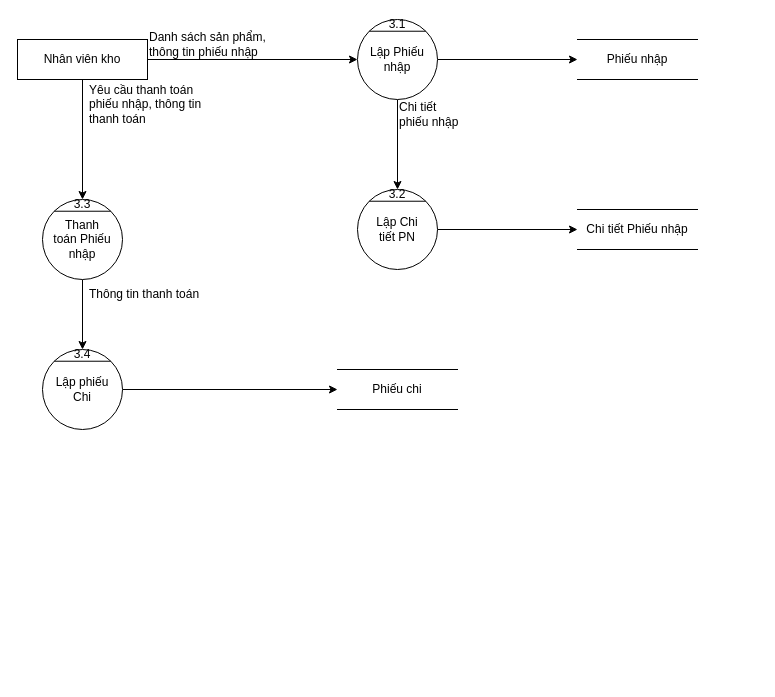
Earlier version of the draw.io diagram page "(3.0) DFD lvl2" (2 of 2) of Huy/LuocDoCSDL+DFD(3.0 lvl2).drawio (hungtadasuke/Enterprise-Information-System-Project). Source tidied: cells renumbered, new cells numbered last; positions are measured from the earlier drawing's top-left corner, leaving out a move shared by most shapes. Both pictures are drawn from the tidied source at 100%, with x=0, y=0 at pixel (17, 19).
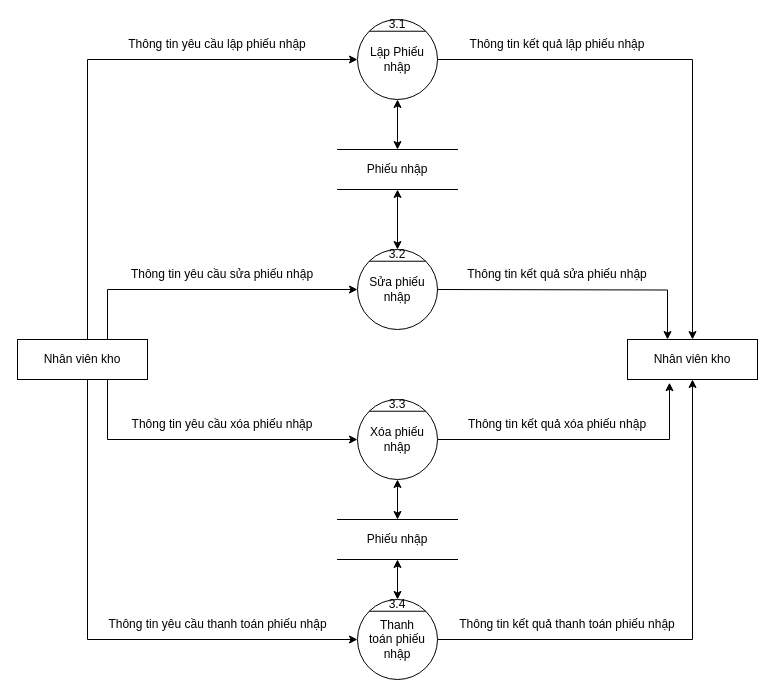
After the change.

Unchanged cells that the change refers to:
```xml
<mxCell id="4" style="ellipse;whiteSpace=wrap;html=1;" parent="1" vertex="1">
  <mxGeometry x="340" width="80" height="80" as="geometry" />
</mxCell>
```

What changed in the source:
```diff
@@
-    <mxCell id="2" style="edgeStyle=orthogonalEdgeStyle;rounded=0;jettySize=auto;html=1;exitX=1;exitY=0.5;exitDx=0;exitDy=0;entryX=0;entryY=0.5;entryDx=0;entryDy=0;fontSize=20;" parent="1" edge="1" source="4" target="11">
-      <mxGeometry relative="1" as="geometry" />
-    </mxCell>
-    <mxCell id="3" style="edgeStyle=orthogonalEdgeStyle;rounded=0;jettySize=auto;html=1;entryX=0.5;entryY=0;entryDx=0;entryDy=0;fontSize=20;" parent="1" edge="1" source="4" target="16">
-      <mxGeometry relative="1" as="geometry" />
-    </mxCell>
+    <mxCell id="33" style="edgeStyle=orthogonalEdgeStyle;rounded=0;jettySize=auto;html=1;" parent="1" edge="1" source="4" target="54">
+      <mxGeometry relative="1" as="geometry" />
+    </mxCell>
@@
-    <mxCell id="8" style="edgeStyle=orthogonalEdgeStyle;rounded=0;jettySize=auto;html=1;entryX=0;entryY=0.5;entryDx=0;entryDy=0;fontSize=20;" parent="1" edge="1" source="10" target="4">
-      <mxGeometry relative="1" as="geometry" />
+    <mxCell id="8" style="edgeStyle=orthogonalEdgeStyle;rounded=0;jettySize=auto;html=1;entryX=0;entryY=0.5;entryDx=0;entryDy=0;" parent="1" edge="1" source="10" target="4">
+      <mxGeometry relative="1" as="geometry">
+        <Array as="points">
+          <mxPoint x="70" y="40" />
+        </Array>
+      </mxGeometry>
     </mxCell>
-    <mxCell id="9" style="edgeStyle=orthogonalEdgeStyle;rounded=0;jettySize=auto;html=1;entryX=0.5;entryY=0;entryDx=0;entryDy=0;fontSize=20;" parent="1" edge="1" source="10" target="24">
-      <mxGeometry relative="1" as="geometry" />
-    </mxCell>
+    <mxCell id="34" style="edgeStyle=orthogonalEdgeStyle;rounded=0;jettySize=auto;html=1;entryX=0;entryY=0.5;entryDx=0;entryDy=0;" parent="1" edge="1" source="10" target="37">
+      <mxGeometry relative="1" as="geometry">
+        <Array as="points">
+          <mxPoint x="90" y="270" />
+        </Array>
+      </mxGeometry>
+    </mxCell>
+    <mxCell id="35" style="edgeStyle=orthogonalEdgeStyle;rounded=0;jettySize=auto;html=1;entryX=0;entryY=0.5;entryDx=0;entryDy=0;" parent="1" edge="1" source="10" target="46">
+      <mxGeometry relative="1" as="geometry">
+        <Array as="points">
+          <mxPoint x="70" y="620" />
+        </Array>
+      </mxGeometry>
+    </mxCell>
+    <mxCell id="36" style="edgeStyle=orthogonalEdgeStyle;rounded=0;jettySize=auto;html=1;entryX=0;entryY=0.5;entryDx=0;entryDy=0;" parent="1" edge="1" source="10" target="42">
+      <mxGeometry relative="1" as="geometry">
+        <Array as="points">
+          <mxPoint x="90" y="420" />
+        </Array>
+      </mxGeometry>
+    </mxCell>
     <mxCell id="10" value="Nhân viên kho" style="rounded=0;whiteSpace=wrap;html=1;" parent="1" vertex="1">
-      <mxGeometry y="20" width="130" height="40" as="geometry" />
+      <mxGeometry y="320" width="130" height="40" as="geometry" />
     </mxCell>
     <mxCell id="11" value="Phiếu nhập" style="shape=partialRectangle;whiteSpace=wrap;html=1;left=0;right=0;fillColor=none;" parent="1" vertex="1">
-      <mxGeometry x="560" y="20" width="120" height="40" as="geometry" />
+      <mxGeometry x="320" y="130" width="120" height="40" as="geometry" />
     </mxCell>
-    <mxCell id="12" value="Phiếu chi" style="shape=partialRectangle;whiteSpace=wrap;html=1;left=0;right=0;fillColor=none;" parent="1" vertex="1">
-      <mxGeometry x="320" y="350" width="120" height="40" as="geometry" />
-    </mxCell>
-    <mxCell id="13" style="edgeStyle=orthogonalEdgeStyle;rounded=0;jettySize=auto;html=1;exitX=1;exitY=0.5;exitDx=0;exitDy=0;entryX=0;entryY=0.5;entryDx=0;entryDy=0;fontSize=20;" parent="1" edge="1" source="14" target="20">
-      <mxGeometry relative="1" as="geometry" />
-    </mxCell>
-    <mxCell id="14" style="ellipse;whiteSpace=wrap;html=1;" parent="1" vertex="1">
-      <mxGeometry x="340" y="170" width="80" height="80" as="geometry" />
-    </mxCell>
-    <mxCell id="15" style="endArrow=none;html=1;rounded=0;exitX=0;exitY=0;exitDx=0;exitDy=0;entryX=1;entryY=0;entryDx=0;entryDy=0;" parent="1" edge="1" source="14" target="14">
-      <mxGeometry relative="1" as="geometry" />
-    </mxCell>
+    <mxCell id="37" style="ellipse;whiteSpace=wrap;html=1;" parent="1" vertex="1">
+      <mxGeometry x="340" y="230" width="80" height="80" as="geometry" />
+    </mxCell>
+    <mxCell id="38" style="endArrow=none;html=1;rounded=0;exitX=0;exitY=0;exitDx=0;exitDy=0;entryX=1;entryY=0;entryDx=0;entryDy=0;" parent="1" edge="1" source="37" target="37">
+      <mxGeometry relative="1" as="geometry" />
+    </mxCell>
     <mxCell id="16" value="3.2" style="text;html=1;strokeColor=none;fillColor=none;align=center;verticalAlign=middle;whiteSpace=wrap;rounded=0;" parent="1" vertex="1">
-      <mxGeometry x="370" y="170" width="20" height="10" as="geometry" />
+      <mxGeometry x="370" y="230" width="20" height="10" as="geometry" />
     </mxCell>
-    <mxCell id="17" value="Lập Chi tiết PN" style="text;html=1;strokeColor=none;fillColor=none;align=center;verticalAlign=middle;whiteSpace=wrap;rounded=0;" parent="1" vertex="1">
-      <mxGeometry x="350" y="195" width="60" height="30" as="geometry" />
-    </mxCell>
-    <mxCell id="18" value="Danh sách sản phẩm, thông tin phiếu nhập" style="text;html=1;strokeColor=none;fillColor=none;align=left;verticalAlign=middle;whiteSpace=wrap;rounded=0;" parent="1" vertex="1">
-      <mxGeometry x="130" y="10" width="150" height="30" as="geometry" />
-    </mxCell>
-    <mxCell id="19" value="Chi tiết &lt;br&gt;phiếu nhập" style="text;html=1;strokeColor=none;fillColor=none;align=left;verticalAlign=middle;whiteSpace=wrap;rounded=0;" parent="1" vertex="1">
-      <mxGeometry x="380" y="80" width="70" height="30" as="geometry" />
-    </mxCell>
-    <mxCell id="20" value="Chi tiết Phiếu nhập" style="shape=partialRectangle;whiteSpace=wrap;html=1;left=0;right=0;fillColor=none;" parent="1" vertex="1">
-      <mxGeometry x="560" y="190" width="120" height="40" as="geometry" />
-    </mxCell>
-    <mxCell id="21" style="edgeStyle=orthogonalEdgeStyle;rounded=0;jettySize=auto;html=1;entryX=0.5;entryY=0;entryDx=0;entryDy=0;fontSize=20;" parent="1" edge="1" source="22" target="30">
-      <mxGeometry relative="1" as="geometry" />
-    </mxCell>
-    <mxCell id="22" style="ellipse;whiteSpace=wrap;html=1;" parent="1" vertex="1">
-      <mxGeometry x="25" y="180" width="80" height="80" as="geometry" />
-    </mxCell>
-    <mxCell id="23" style="endArrow=none;html=1;rounded=0;exitX=0;exitY=0;exitDx=0;exitDy=0;entryX=1;entryY=0;entryDx=0;entryDy=0;" parent="1" edge="1" source="22" target="22">
-      <mxGeometry relative="1" as="geometry" />
-    </mxCell>
+    <mxCell id="39" style="edgeStyle=orthogonalEdgeStyle;rounded=0;jettySize=auto;html=1;entryX=0.308;entryY=0;entryDx=0;entryDy=0;entryPerimeter=0;" parent="1" edge="1" target="54">
+      <mxGeometry relative="1" as="geometry">
+        <mxPoint x="420" y="270" as="sourcePoint" />
+      </mxGeometry>
+    </mxCell>
+    <mxCell id="40" value="Sửa phiếu nhập" style="text;html=1;strokeColor=none;fillColor=none;align=center;verticalAlign=middle;whiteSpace=wrap;rounded=0;" parent="1" vertex="1">
+      <mxGeometry x="350" y="255" width="60" height="30" as="geometry" />
+    </mxCell>
+    <mxCell id="41" style="edgeStyle=orthogonalEdgeStyle;rounded=0;jettySize=auto;html=1;entryX=0.323;entryY=1.08;entryDx=0;entryDy=0;entryPerimeter=0;" parent="1" edge="1" source="42" target="54">
+      <mxGeometry relative="1" as="geometry" />
+    </mxCell>
+    <mxCell id="42" style="ellipse;whiteSpace=wrap;html=1;" parent="1" vertex="1">
+      <mxGeometry x="340" y="380" width="80" height="80" as="geometry" />
+    </mxCell>
+    <mxCell id="43" style="endArrow=none;html=1;rounded=0;exitX=0;exitY=0;exitDx=0;exitDy=0;entryX=1;entryY=0;entryDx=0;entryDy=0;" parent="1" edge="1" source="42" target="42">
+      <mxGeometry relative="1" as="geometry" />
+    </mxCell>
     <mxCell id="24" value="3.3" style="text;html=1;strokeColor=none;fillColor=none;align=center;verticalAlign=middle;whiteSpace=wrap;rounded=0;" parent="1" vertex="1">
-      <mxGeometry x="55" y="180" width="20" height="10" as="geometry" />
+      <mxGeometry x="370" y="380" width="20" height="10" as="geometry" />
     </mxCell>
-    <mxCell id="25" value="Thanh toán Phiếu nhập" style="text;html=1;strokeColor=none;fillColor=none;align=center;verticalAlign=middle;whiteSpace=wrap;rounded=0;" parent="1" vertex="1">
-      <mxGeometry x="35" y="205" width="60" height="30" as="geometry" />
-    </mxCell>
-    <mxCell id="26" value="Yêu cầu thanh toán &lt;br&gt;phiếu nhập, thông tin &lt;br&gt;thanh toán" style="text;html=1;strokeColor=none;fillColor=none;align=left;verticalAlign=middle;whiteSpace=wrap;rounded=0;" parent="1" vertex="1">
-      <mxGeometry x="70" y="70" width="150" height="30" as="geometry" />
-    </mxCell>
-    <mxCell id="27" style="edgeStyle=orthogonalEdgeStyle;rounded=0;jettySize=auto;html=1;entryX=0;entryY=0.5;entryDx=0;entryDy=0;fontSize=20;" parent="1" edge="1" source="28" target="12">
-      <mxGeometry relative="1" as="geometry" />
-    </mxCell>
-    <mxCell id="28" style="ellipse;whiteSpace=wrap;html=1;" parent="1" vertex="1">
-      <mxGeometry x="25" y="330" width="80" height="80" as="geometry" />
-    </mxCell>
-    <mxCell id="29" style="endArrow=none;html=1;rounded=0;exitX=0;exitY=0;exitDx=0;exitDy=0;entryX=1;entryY=0;entryDx=0;entryDy=0;" parent="1" edge="1" source="28" target="28">
-      <mxGeometry relative="1" as="geometry" />
-    </mxCell>
+    <mxCell id="44" value="Xóa phiếu nhập" style="text;html=1;strokeColor=none;fillColor=none;align=center;verticalAlign=middle;whiteSpace=wrap;rounded=0;" parent="1" vertex="1">
+      <mxGeometry x="350" y="405" width="60" height="30" as="geometry" />
+    </mxCell>
+    <mxCell id="45" style="edgeStyle=orthogonalEdgeStyle;rounded=0;jettySize=auto;html=1;entryX=0.5;entryY=1;entryDx=0;entryDy=0;" parent="1" edge="1" source="46" target="54">
+      <mxGeometry relative="1" as="geometry" />
+    </mxCell>
+    <mxCell id="46" style="ellipse;whiteSpace=wrap;html=1;" parent="1" vertex="1">
+      <mxGeometry x="340" y="580" width="80" height="80" as="geometry" />
+    </mxCell>
+    <mxCell id="47" style="endArrow=none;html=1;rounded=0;exitX=0;exitY=0;exitDx=0;exitDy=0;entryX=1;entryY=0;entryDx=0;entryDy=0;" parent="1" edge="1" source="46" target="46">
+      <mxGeometry relative="1" as="geometry" />
+    </mxCell>
     <mxCell id="30" value="3.4" style="text;html=1;strokeColor=none;fillColor=none;align=center;verticalAlign=middle;whiteSpace=wrap;rounded=0;" parent="1" vertex="1">
-      <mxGeometry x="55" y="330" width="20" height="10" as="geometry" />
+      <mxGeometry x="370" y="580" width="20" height="10" as="geometry" />
     </mxCell>
-    <mxCell id="31" value="Lập phiếu Chi" style="text;html=1;strokeColor=none;fillColor=none;align=center;verticalAlign=middle;whiteSpace=wrap;rounded=0;" parent="1" vertex="1">
-      <mxGeometry x="35" y="355" width="60" height="30" as="geometry" />
-    </mxCell>
-    <mxCell id="32" value="Thông tin thanh toán" style="text;html=1;strokeColor=none;fillColor=none;align=left;verticalAlign=middle;whiteSpace=wrap;rounded=0;" parent="1" vertex="1">
-      <mxGeometry x="70" y="260" width="150" height="30" as="geometry" />
-    </mxCell>
+    <mxCell id="48" value="Thanh toán phiếu nhập" style="text;html=1;strokeColor=none;fillColor=none;align=center;verticalAlign=middle;whiteSpace=wrap;rounded=0;" parent="1" vertex="1">
+      <mxGeometry x="350" y="605" width="60" height="30" as="geometry" />
+    </mxCell>
+    <mxCell id="49" value="Phiếu nhập" style="shape=partialRectangle;whiteSpace=wrap;html=1;left=0;right=0;fillColor=none;" parent="1" vertex="1">
+      <mxGeometry x="320" y="500" width="120" height="40" as="geometry" />
+    </mxCell>
+    <mxCell id="50" style="endArrow=classic;startArrow=classic;html=1;rounded=0;exitX=0.5;exitY=0;exitDx=0;exitDy=0;entryX=0.5;entryY=1;entryDx=0;entryDy=0;" parent="1" edge="1" source="49" target="42">
+      <mxGeometry relative="1" as="geometry" />
+    </mxCell>
+    <mxCell id="51" style="endArrow=classic;startArrow=classic;html=1;rounded=0;exitX=0.5;exitY=0;exitDx=0;exitDy=0;" parent="1" edge="1" source="30">
+      <mxGeometry relative="1" as="geometry">
+        <mxPoint x="380" y="540" as="targetPoint" />
+      </mxGeometry>
+    </mxCell>
+    <mxCell id="52" style="endArrow=classic;startArrow=classic;html=1;rounded=0;entryX=0.5;entryY=1;entryDx=0;entryDy=0;" parent="1" edge="1" target="4">
+      <mxGeometry relative="1" as="geometry">
+        <mxPoint x="380" y="130" as="sourcePoint" />
+      </mxGeometry>
+    </mxCell>
+    <mxCell id="53" style="endArrow=classic;startArrow=classic;html=1;rounded=0;entryX=0.5;entryY=1;entryDx=0;entryDy=0;exitX=0.5;exitY=0;exitDx=0;exitDy=0;" parent="1" edge="1" source="16" target="11">
+      <mxGeometry relative="1" as="geometry" />
+    </mxCell>
+    <mxCell id="54" value="Nhân viên kho" style="rounded=0;whiteSpace=wrap;html=1;" parent="1" vertex="1">
+      <mxGeometry x="610" y="320" width="130" height="40" as="geometry" />
+    </mxCell>
+    <mxCell id="55" value="Thông tin yêu cầu lập phiếu nhập" style="text;html=1;strokeColor=none;fillColor=none;align=center;verticalAlign=middle;whiteSpace=wrap;rounded=0;" parent="1" vertex="1">
+      <mxGeometry x="110" y="10" width="180" height="30" as="geometry" />
+    </mxCell>
+    <mxCell id="56" value="Thông tin yêu cầu sửa phiếu nhập" style="text;html=1;strokeColor=none;fillColor=none;align=center;verticalAlign=middle;whiteSpace=wrap;rounded=0;" parent="1" vertex="1">
+      <mxGeometry x="110" y="240" width="190" height="30" as="geometry" />
+    </mxCell>
+    <mxCell id="57" value="Thông tin yêu cầu xóa phiếu nhập" style="text;html=1;strokeColor=none;fillColor=none;align=center;verticalAlign=middle;whiteSpace=wrap;rounded=0;" parent="1" vertex="1">
+      <mxGeometry x="110" y="390" width="190" height="30" as="geometry" />
+    </mxCell>
+    <mxCell id="58" value="Thông tin yêu cầu thanh toán phiếu nhập" style="text;html=1;strokeColor=none;fillColor=none;align=center;verticalAlign=middle;whiteSpace=wrap;rounded=0;" parent="1" vertex="1">
+      <mxGeometry x="87.5" y="590" width="225" height="30" as="geometry" />
+    </mxCell>
+    <mxCell id="59" value="Thông tin kết quả lập phiếu nhập" style="text;html=1;strokeColor=none;fillColor=none;align=center;verticalAlign=middle;whiteSpace=wrap;rounded=0;" parent="1" vertex="1">
+      <mxGeometry x="450" y="10" width="180" height="30" as="geometry" />
+    </mxCell>
+    <mxCell id="60" value="Thông tin kết quả sửa phiếu nhập" style="text;html=1;strokeColor=none;fillColor=none;align=center;verticalAlign=middle;whiteSpace=wrap;rounded=0;" parent="1" vertex="1">
+      <mxGeometry x="440" y="240" width="200" height="30" as="geometry" />
+    </mxCell>
+    <mxCell id="61" value="Thông tin kết quả xóa phiếu nhập" style="text;html=1;strokeColor=none;fillColor=none;align=center;verticalAlign=middle;whiteSpace=wrap;rounded=0;" parent="1" vertex="1">
+      <mxGeometry x="440" y="390" width="200" height="30" as="geometry" />
+    </mxCell>
+    <mxCell id="62" value="Thông tin kết quả thanh toán phiếu nhập" style="text;html=1;strokeColor=none;fillColor=none;align=center;verticalAlign=middle;whiteSpace=wrap;rounded=0;" parent="1" vertex="1">
+      <mxGeometry x="440" y="590" width="220" height="30" as="geometry" />
+    </mxCell>
```
